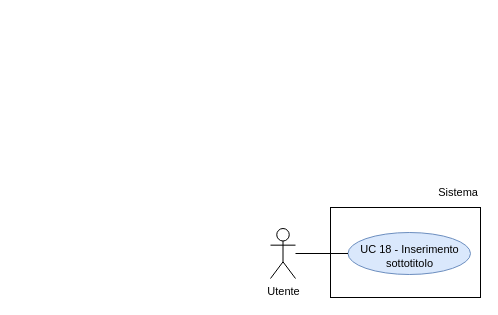
This is RTB/doc_esterna/analisi-dei-requisiti/assets/draw.io/UC18.drawio from thebitless-group-swe/thebitless.github.io, a draw.io file, before an edit. Source tidied: cells renumbered, new cells numbered last; positions are measured from the earlier drawing's top-left corner, leaving out a move shared by most shapes. Both pictures are drawn from the tidied source at 100%, with x=0, y=0 at pixel (270, 177).
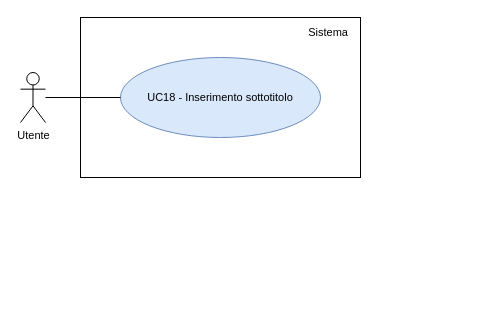
The same diagram, later.

Diff of the diagram source:
```diff
@@
 <mxGraphModel>
   <root>
     <mxCell id="0" />
     <mxCell id="1" parent="0" />
     <mxCell id="2" value="Utente" style="shape=umlActor;verticalLabelPosition=bottom;verticalAlign=top;html=1;outlineConnect=0;fontSize=11;" parent="1" vertex="1">
-      <mxGeometry y="51" width="25" height="50" as="geometry" />
+      <mxGeometry x="-250" y="-105" width="25" height="50" as="geometry" />
     </mxCell>
-    <mxCell id="3" style="rounded=0;whiteSpace=wrap;html=1;strokeWidth=1;" parent="1" vertex="1">
-      <mxGeometry x="60" y="30" width="150" height="90" as="geometry" />
-    </mxCell>
+    <mxCell id="8" style="rounded=0;whiteSpace=wrap;html=1;strokeWidth=1;" parent="1" vertex="1">
+      <mxGeometry x="-190" y="-160" width="280" height="160" as="geometry" />
+    </mxCell>
     <mxCell id="4" value="Sistema" style="text;html=1;whiteSpace=wrap;strokeColor=none;fillColor=none;align=right;verticalAlign=middle;fontSize=11;" parent="1" vertex="1">
-      <mxGeometry x="150" width="60" height="30" as="geometry" />
+      <mxGeometry x="10" y="-155" width="70" height="20" as="geometry" />
     </mxCell>
-    <mxCell id="5" value="&lt;div&gt;UC 18 - Inserimento sottotitolo&lt;/div&gt;" style="ellipse;whiteSpace=wrap;html=1;fillColor=#dae8fc;strokeColor=#6c8ebf;fontSize=11;convertToSvg=1;svgWhiteSpace=wrap;labelBorderColor=none;labelBackgroundColor=none;spacingBottom=-5;" parent="1" vertex="1">
-      <mxGeometry x="77.5" y="55" width="122.5" height="42" as="geometry" />
-    </mxCell>
-    <mxCell id="6" style="edgeStyle=none;rounded=0;jettySize=auto;html=1;endArrow=none;endFill=0;" parent="1" edge="1" source="2" target="5">
-      <mxGeometry relative="1" as="geometry" />
-    </mxCell>
-    <mxCell id="7" style="edgeStyle=orthogonalEdgeStyle;rounded=0;orthogonalLoop=1;jettySize=auto;html=1;exitX=0.5;exitY=1;exitDx=0;exitDy=0;" parent="1" edge="1" source="4" target="4">
-      <mxGeometry relative="1" as="geometry" />
-    </mxCell>
+    <mxCell id="9" value="UC18 - Inserimento sottotitolo" style="ellipse;whiteSpace=wrap;html=1;fillColor=#dae8fc;strokeColor=#6c8ebf;fontSize=11;" parent="1" vertex="1">
+      <mxGeometry x="-150" y="-120" width="200" height="80" as="geometry" />
+    </mxCell>
+    <mxCell id="10" style="edgeStyle=none;rounded=0;jettySize=auto;html=1;endArrow=none;endFill=0;" parent="1" edge="1" source="2" target="9">
+      <mxGeometry relative="1" as="geometry" />
+    </mxCell>
   </root>
 </mxGraphModel>
```
